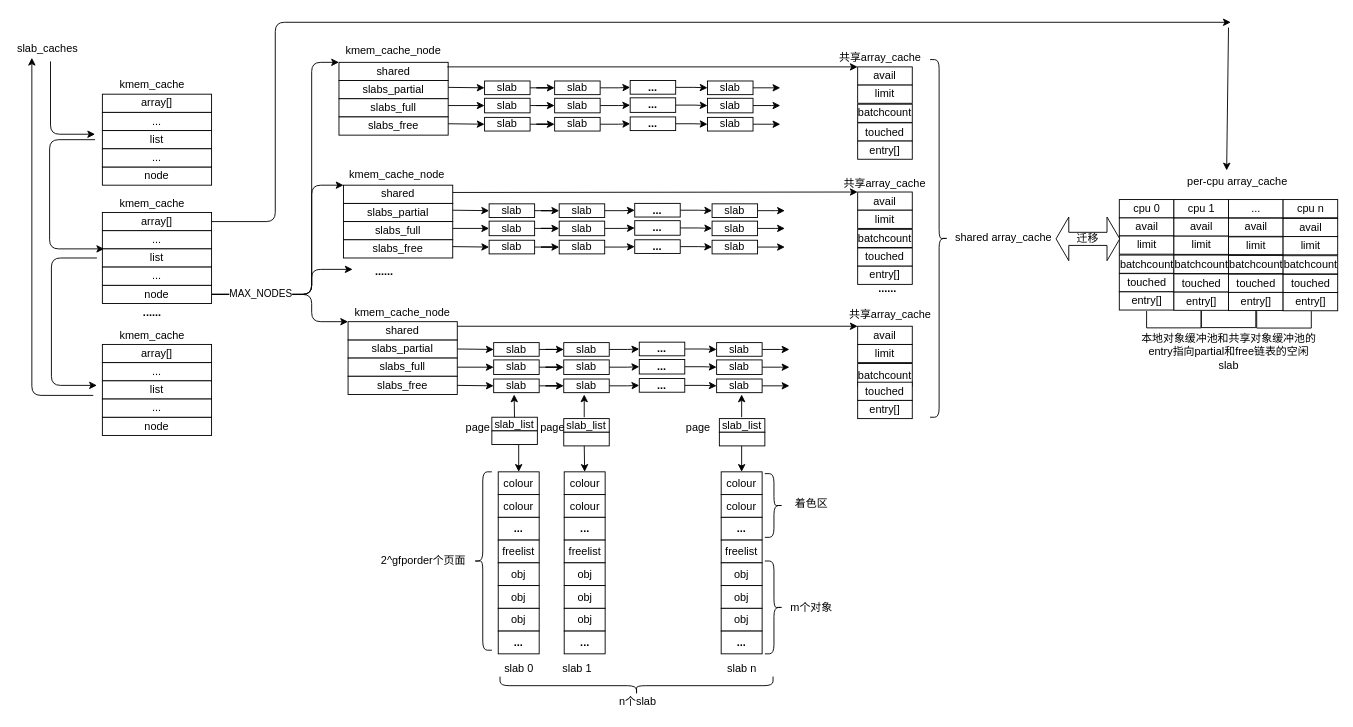
Earlier version of the draw.io diagram mm.drawio (jasonactions/graph). Source tidied: cells renumbered, new cells numbered last; positions are measured from the earlier drawing's top-left corner, leaving out a move shared by most shapes. Both pictures are drawn from the tidied source at 91%, with x=0, y=0 at pixel (15, 22).
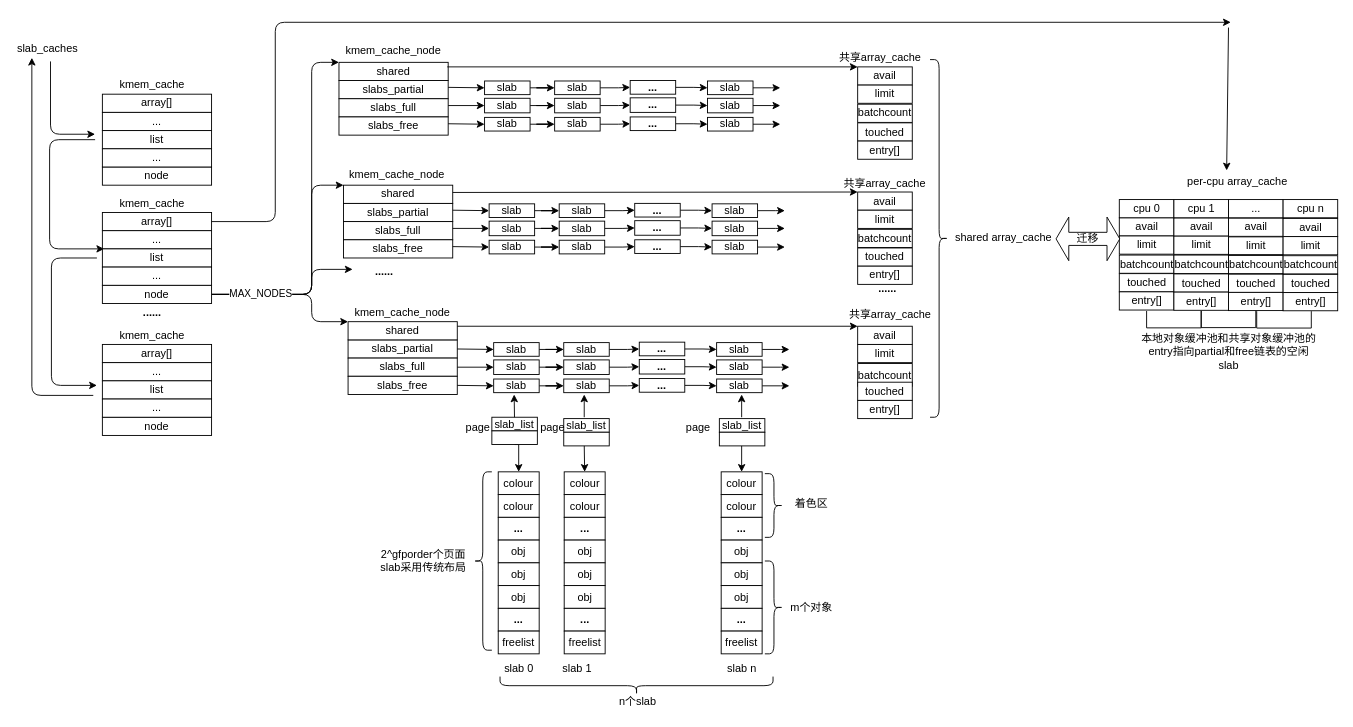
Above is the later version.

Diff of the diagram source:
```diff
@@
-    <mxCell id="75" value="freelist" style="rounded=0;whiteSpace=wrap;html=1;" parent="1" vertex="1">
+    <mxCell id="75" value="obj" style="rounded=0;whiteSpace=wrap;html=1;" parent="1" vertex="1">
       <mxGeometry x="530" y="569" width="45" height="25" as="geometry" />
     </mxCell>
@@
-    <mxCell id="78" value="obj" style="rounded=0;whiteSpace=wrap;html=1;" parent="1" vertex="1">
+    <mxCell id="78" value="&lt;b&gt;...&lt;/b&gt;" style="rounded=0;whiteSpace=wrap;html=1;" parent="1" vertex="1">
       <mxGeometry x="530" y="644" width="45" height="25" as="geometry" />
     </mxCell>
-    <mxCell id="79" value="&lt;b&gt;...&lt;/b&gt;" style="rounded=0;whiteSpace=wrap;html=1;" parent="1" vertex="1">
+    <mxCell id="79" value="freelist" style="rounded=0;whiteSpace=wrap;html=1;" parent="1" vertex="1">
       <mxGeometry x="530" y="669" width="45" height="25" as="geometry" />
     </mxCell>
@@
-    <mxCell id="83" value="freelist" style="rounded=0;whiteSpace=wrap;html=1;" parent="1" vertex="1">
+    <mxCell id="83" value="obj" style="rounded=0;whiteSpace=wrap;html=1;" parent="1" vertex="1">
       <mxGeometry x="602.5" y="569" width="45" height="25" as="geometry" />
     </mxCell>
@@
-    <mxCell id="86" value="obj" style="rounded=0;whiteSpace=wrap;html=1;" parent="1" vertex="1">
+    <mxCell id="86" value="&lt;b&gt;...&lt;/b&gt;" style="rounded=0;whiteSpace=wrap;html=1;" parent="1" vertex="1">
       <mxGeometry x="602.5" y="644" width="45" height="25" as="geometry" />
     </mxCell>
-    <mxCell id="87" value="&lt;b&gt;...&lt;/b&gt;" style="rounded=0;whiteSpace=wrap;html=1;" parent="1" vertex="1">
+    <mxCell id="87" value="freelist" style="rounded=0;whiteSpace=wrap;html=1;" parent="1" vertex="1">
       <mxGeometry x="602.5" y="669" width="45" height="25" as="geometry" />
     </mxCell>
@@
-    <mxCell id="91" value="freelist" style="rounded=0;whiteSpace=wrap;html=1;" parent="1" vertex="1">
+    <mxCell id="91" value="obj" style="rounded=0;whiteSpace=wrap;html=1;" parent="1" vertex="1">
       <mxGeometry x="775" y="569" width="45" height="25" as="geometry" />
     </mxCell>
@@
-    <mxCell id="94" value="obj" style="rounded=0;whiteSpace=wrap;html=1;" parent="1" vertex="1">
+    <mxCell id="94" value="&lt;b&gt;...&lt;/b&gt;" style="rounded=0;whiteSpace=wrap;html=1;" parent="1" vertex="1">
       <mxGeometry x="775" y="644" width="45" height="25" as="geometry" />
     </mxCell>
-    <mxCell id="95" value="&lt;b&gt;...&lt;/b&gt;" style="rounded=0;whiteSpace=wrap;html=1;" parent="1" vertex="1">
+    <mxCell id="95" value="freelist" style="rounded=0;whiteSpace=wrap;html=1;" parent="1" vertex="1">
       <mxGeometry x="775" y="669" width="45" height="25" as="geometry" />
     </mxCell>
@@
-    <mxCell id="220" value="2^gfporder个页面" style="text;html=1;strokeColor=none;fillColor=none;align=center;verticalAlign=middle;whiteSpace=wrap;rounded=0;" parent="1" vertex="1">
+    <mxCell id="220" value="2^gfporder个页面&lt;br&gt;slab采用传统布局" style="text;html=1;strokeColor=none;fillColor=none;align=center;verticalAlign=middle;whiteSpace=wrap;rounded=0;" parent="1" vertex="1">
       <mxGeometry x="393" y="582" width="110" height="20" as="geometry" />
     </mxCell>
```
